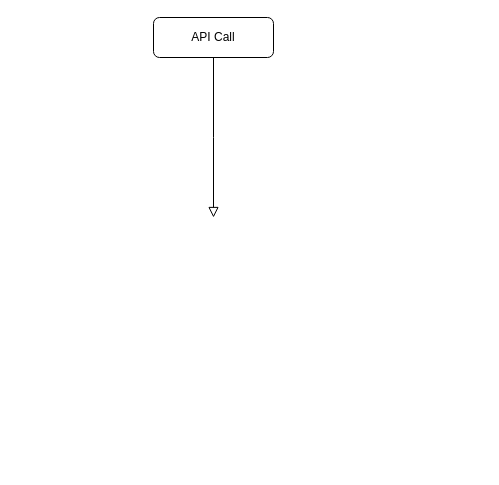
DanielMyvall/drawio keeps this draw.io diagram as Personalsök.drawio. Above is the earlier version. Source tidied: cells renumbered, new cells numbered last; positions are measured from the earlier drawing's top-left corner, leaving out a move shared by most shapes. Both pictures are drawn from the tidied source at 100%, with x=0, y=0 at pixel (153, 17).
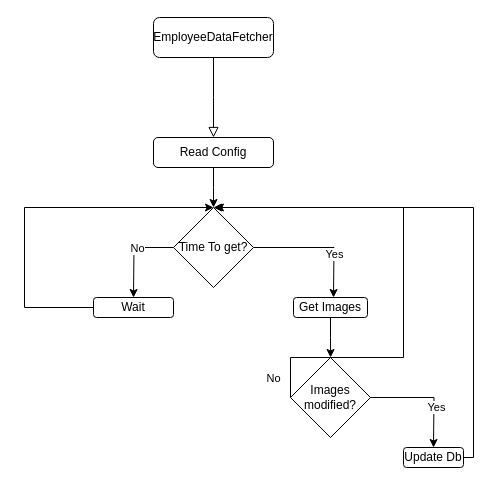
The same page after the edit.

The edit, as a diff of the source:
```diff
@@
     <mxCell id="2" style="rounded=0;html=1;jettySize=auto;fontSize=11;endArrow=block;endFill=0;endSize=8;strokeWidth=1;shadow=0;labelBackgroundColor=none;edgeStyle=orthogonalEdgeStyle;" parent="1" edge="1" source="3">
       <mxGeometry relative="1" as="geometry">
-        <mxPoint x="60" y="200" as="targetPoint" />
+        <mxPoint x="60" y="120" as="targetPoint" />
       </mxGeometry>
     </mxCell>
-    <mxCell id="3" value="API Call" style="rounded=1;whiteSpace=wrap;html=1;fontSize=12;glass=0;strokeWidth=1;shadow=0;" parent="1" vertex="1">
+    <mxCell id="3" value="EmployeeDataFetcher" style="rounded=1;whiteSpace=wrap;html=1;fontSize=12;glass=0;strokeWidth=1;shadow=0;" parent="1" vertex="1">
       <mxGeometry width="120" height="40" as="geometry" />
     </mxCell>
+    <mxCell id="4" style="edgeStyle=orthogonalEdgeStyle;rounded=0;jettySize=auto;html=1;" parent="1" edge="1" source="5">
+      <mxGeometry relative="1" as="geometry">
+        <mxPoint x="60" y="190" as="targetPoint" />
+      </mxGeometry>
+    </mxCell>
+    <mxCell id="5" value="Read Config" style="rounded=1;whiteSpace=wrap;html=1;" parent="1" vertex="1">
+      <mxGeometry y="120" width="120" height="30" as="geometry" />
+    </mxCell>
+    <mxCell id="6" style="edgeStyle=orthogonalEdgeStyle;rounded=0;jettySize=auto;html=1;" parent="1" edge="1" source="10">
+      <mxGeometry relative="1" as="geometry">
+        <mxPoint x="-20" y="280" as="targetPoint" />
+      </mxGeometry>
+    </mxCell>
+    <mxCell id="7" value="No" style="edgeLabel;html=1;align=center;verticalAlign=middle;" parent="6" vertex="1">
+      <mxGeometry x="-0.17" relative="1" as="geometry" />
+    </mxCell>
+    <mxCell id="8" style="edgeStyle=orthogonalEdgeStyle;rounded=0;jettySize=auto;html=1;" parent="1" edge="1" source="10">
+      <mxGeometry relative="1" as="geometry">
+        <mxPoint x="180" y="280" as="targetPoint" />
+      </mxGeometry>
+    </mxCell>
+    <mxCell id="9" value="Yes" style="edgeLabel;html=1;align=center;verticalAlign=middle;" parent="8" vertex="1">
+      <mxGeometry x="0.34" relative="1" as="geometry" />
+    </mxCell>
+    <mxCell id="10" value="Time To get?" style="rhombus;whiteSpace=wrap;html=1;" parent="1" vertex="1">
+      <mxGeometry x="20" y="190" width="80" height="80" as="geometry" />
+    </mxCell>
+    <mxCell id="11" style="edgeStyle=orthogonalEdgeStyle;rounded=0;jettySize=auto;html=1;entryX=0.5;entryY=0;entryDx=0;entryDy=0;" parent="1" edge="1" source="12" target="10">
+      <mxGeometry relative="1" as="geometry">
+        <Array as="points">
+          <mxPoint x="-129" y="290" />
+          <mxPoint x="-129" y="190" />
+        </Array>
+      </mxGeometry>
+    </mxCell>
+    <mxCell id="12" value="Wait" style="rounded=1;whiteSpace=wrap;html=1;" parent="1" vertex="1">
+      <mxGeometry x="-60" y="280" width="80" height="20" as="geometry" />
+    </mxCell>
+    <mxCell id="13" style="edgeStyle=orthogonalEdgeStyle;rounded=0;jettySize=auto;html=1;" parent="1" edge="1" source="14">
+      <mxGeometry relative="1" as="geometry">
+        <mxPoint x="177.1" y="340" as="targetPoint" />
+      </mxGeometry>
+    </mxCell>
+    <mxCell id="14" value="Get Images" style="rounded=1;whiteSpace=wrap;html=1;" parent="1" vertex="1">
+      <mxGeometry x="140" y="280" width="74" height="20" as="geometry" />
+    </mxCell>
+    <mxCell id="15" style="edgeStyle=orthogonalEdgeStyle;rounded=0;jettySize=auto;html=1;" parent="1" edge="1" source="19">
+      <mxGeometry relative="1" as="geometry">
+        <mxPoint x="280" y="430" as="targetPoint" />
+      </mxGeometry>
+    </mxCell>
+    <mxCell id="16" value="Yes" style="edgeLabel;html=1;align=center;verticalAlign=middle;" parent="15" vertex="1">
+      <mxGeometry x="0.28" y="2" relative="1" as="geometry" />
+    </mxCell>
+    <mxCell id="17" style="edgeStyle=orthogonalEdgeStyle;rounded=0;jettySize=auto;html=1;exitX=0;exitY=0.5;exitDx=0;exitDy=0;" parent="1" edge="1" source="19">
+      <mxGeometry relative="1" as="geometry">
+        <mxPoint x="61.9" y="190" as="targetPoint" />
+        <Array as="points">
+          <mxPoint x="137" y="340" />
+          <mxPoint x="250" y="340" />
+          <mxPoint x="250" y="190" />
+        </Array>
+      </mxGeometry>
+    </mxCell>
+    <mxCell id="18" value="No" style="edgeLabel;html=1;align=center;verticalAlign=middle;" parent="17" vertex="1">
+      <mxGeometry x="-0.53" y="1" relative="1" as="geometry">
+        <mxPoint x="-93" y="21" as="offset" />
+      </mxGeometry>
+    </mxCell>
+    <mxCell id="19" value="Images modified?" style="rhombus;whiteSpace=wrap;html=1;" parent="1" vertex="1">
+      <mxGeometry x="137" y="340" width="80" height="80" as="geometry" />
+    </mxCell>
+    <mxCell id="20" style="edgeStyle=orthogonalEdgeStyle;rounded=0;jettySize=auto;html=1;entryX=0.5;entryY=0;entryDx=0;entryDy=0;" parent="1" edge="1" source="21" target="10">
+      <mxGeometry relative="1" as="geometry">
+        <Array as="points">
+          <mxPoint x="320" y="440" />
+          <mxPoint x="320" y="190" />
+        </Array>
+      </mxGeometry>
+    </mxCell>
+    <mxCell id="21" value="Update Db" style="rounded=1;whiteSpace=wrap;html=1;" parent="1" vertex="1">
+      <mxGeometry x="250" y="430" width="60" height="20" as="geometry" />
+    </mxCell>
```
